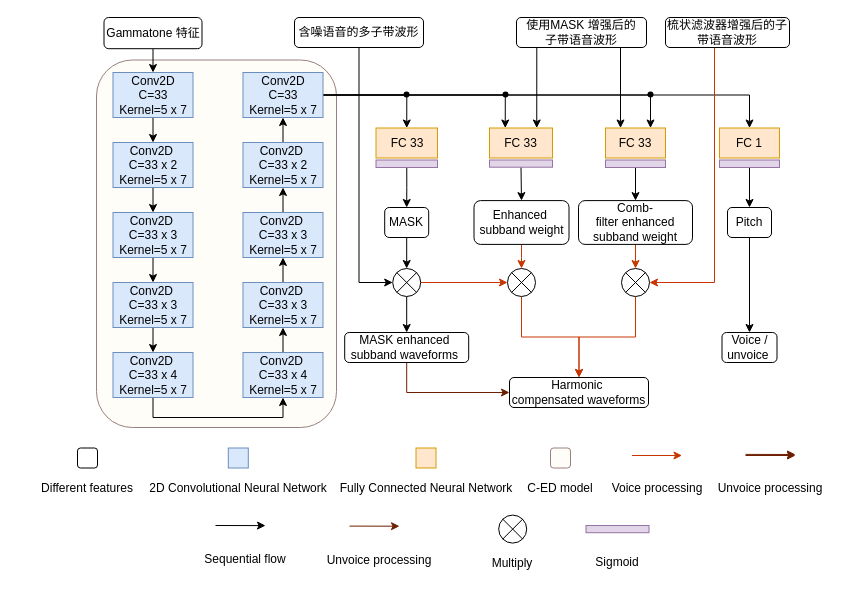
This is 中文ced.drawio from linan2/A-Convolutional-Recurrent-Neural-Network-for-Real-Time-Speech-Enhancement, a draw.io file, before an edit. Source tidied: cells renumbered, new cells numbered last; positions are measured from the earlier drawing's top-left corner, leaving out a move shared by most shapes. Both pictures are drawn from the tidied source at 100%, with x=0, y=0 at pixel (17, 17).
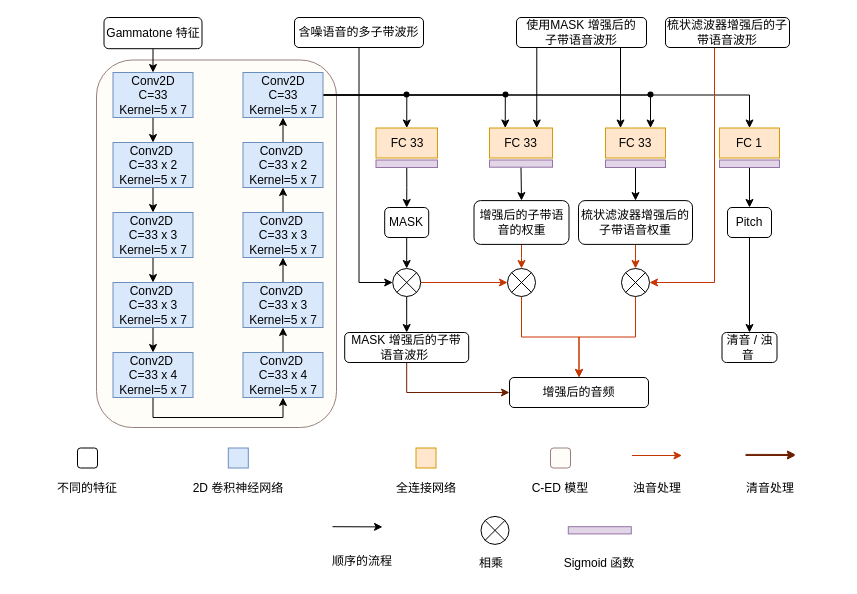
The same diagram, later.

The change refers to these unchanged cells:
```xml
<mxCell id="58" style="group;" parent="1" vertex="1">
  <mxGeometry x="165.8" y="430.5" width="110" height="55" as="geometry" />
</mxCell>
<mxCell id="61" style="group;fillColor=none;" parent="1" vertex="1">
  <mxGeometry x="353.5" y="430.5" width="110" height="55" as="geometry" />
</mxCell>
<mxCell id="64" style="group;" parent="1" vertex="1">
  <mxGeometry x="468" y="430.5" width="150" height="53.8" as="geometry" />
</mxCell>
<mxCell id="85" style="group;" parent="1" vertex="1">
  <mxGeometry x="683" y="436.9" width="140" height="47.4" as="geometry" />
</mxCell>
<mxCell id="88" style="group;" parent="1" vertex="1">
  <mxGeometry y="430.5" width="140" height="53.8" as="geometry" />
</mxCell>
```

Diff of the diagram source:
```diff
@@
-    <mxCell id="3" value="Voice / unvoice&amp;nbsp;" style="rounded=1;whiteSpace=wrap;html=1;strokeColor=default;gradientColor=none;" parent="1" vertex="1">
+    <mxCell id="3" value="清音 /&amp;nbsp;浊音&amp;nbsp;" style="rounded=1;whiteSpace=wrap;html=1;strokeColor=default;gradientColor=none;" parent="1" vertex="1">
       <mxGeometry x="704.5" y="315" width="55" height="30" as="geometry" />
     </mxCell>
@@
-    <mxCell id="6" value="MASK&amp;nbsp;enhanced&amp;nbsp;&lt;br&gt;subband&amp;nbsp;waveforms&amp;nbsp;" style="rounded=1;whiteSpace=wrap;html=1;strokeColor=default;" parent="1" vertex="1">
+    <mxCell id="6" value="MASK&amp;nbsp;增强后的子带 语音波形&amp;nbsp;" style="rounded=1;whiteSpace=wrap;html=1;strokeColor=default;" parent="1" vertex="1">
       <mxGeometry x="327.2" y="315" width="124" height="30" as="geometry" />
     </mxCell>
@@
-    <mxCell id="36" value="Enhanced&amp;nbsp;&lt;br style=&quot;border-color: var(--border-color);&quot;&gt;subband weight" style="rounded=1;whiteSpace=wrap;html=1;" parent="1" vertex="1">
+    <mxCell id="36" value="增强后的子带语音的权重" style="rounded=1;whiteSpace=wrap;html=1;" parent="1" vertex="1">
       <mxGeometry x="456.5" y="183.1" width="95" height="43.8" as="geometry" />
     </mxCell>
@@
-    <mxCell id="38" value="Comb-filter&amp;nbsp;enhanced&lt;br style=&quot;border-color: var(--border-color);&quot;&gt;subband weight" style="rounded=1;whiteSpace=wrap;html=1;" parent="1" vertex="1">
+    <mxCell id="38" value="梳状滤波器增强后的子带语音权重" style="rounded=1;whiteSpace=wrap;html=1;" parent="1" vertex="1">
       <mxGeometry x="561" y="183.1" width="114" height="43.8" as="geometry" />
     </mxCell>
@@
-    <mxCell id="42" value="Harmonic&amp;nbsp;&lt;br&gt;compensated waveforms" style="rounded=1;whiteSpace=wrap;html=1;strokeColor=default;" parent="1" vertex="1">
+    <mxCell id="42" value="增强后的音频" style="rounded=1;whiteSpace=wrap;html=1;strokeColor=default;" parent="1" vertex="1">
       <mxGeometry x="492" y="360" width="139" height="30" as="geometry" />
     </mxCell>
@@
-    <mxCell id="60" value="2D&amp;nbsp;Convolutional&amp;nbsp;Neural&amp;nbsp;Network" style="rounded=0;whiteSpace=wrap;html=1;strokeColor=none;fillColor=none;" parent="58" vertex="1">
+    <mxCell id="60" value="2D&amp;nbsp;卷积神经网络" style="rounded=0;whiteSpace=wrap;html=1;strokeColor=none;fillColor=none;" parent="58" vertex="1">
       <mxGeometry y="25" width="110" height="30" as="geometry" />
     </mxCell>
@@
-    <mxCell id="63" value="Fully&amp;nbsp;Connected&amp;nbsp;Neural&amp;nbsp;Network" style="rounded=0;whiteSpace=wrap;html=1;strokeColor=none;fillColor=none;" parent="61" vertex="1">
+    <mxCell id="63" value="全连接网络" style="rounded=0;whiteSpace=wrap;html=1;strokeColor=none;fillColor=none;" parent="61" vertex="1">
       <mxGeometry y="25" width="110" height="30" as="geometry" />
     </mxCell>
@@
-    <mxCell id="65" value="C-ED&amp;nbsp;model" style="rounded=0;whiteSpace=wrap;html=1;strokeColor=none;fillColor=none;" parent="64" vertex="1">
+    <mxCell id="65" value="C-ED&amp;nbsp;模型" style="rounded=0;whiteSpace=wrap;html=1;strokeColor=none;fillColor=none;" parent="64" vertex="1">
       <mxGeometry y="27.5" width="150" height="26.2" as="geometry" />
     </mxCell>
@@
-    <mxCell id="69" value="Voice&amp;nbsp;processing" style="rounded=0;whiteSpace=wrap;html=1;strokeColor=none;fillColor=none;" parent="1" vertex="1">
+    <mxCell id="69" value="浊音处理" style="rounded=0;whiteSpace=wrap;html=1;strokeColor=none;fillColor=none;" parent="1" vertex="1">
       <mxGeometry x="565" y="458" width="150" height="26.2" as="geometry" />
     </mxCell>
-    <mxCell id="70" style="group;" parent="1" vertex="1">
-      <mxGeometry x="287" y="508.6" width="150" height="47.4" as="geometry" />
-    </mxCell>
-    <mxCell id="71" value="Unvoice&amp;nbsp;processing" style="rounded=0;whiteSpace=wrap;html=1;strokeColor=none;fillColor=none;" parent="70" vertex="1">
-      <mxGeometry y="21.1" width="150" height="26.2" as="geometry" />
-    </mxCell>
-    <mxCell id="72" style="endArrow=classic;html=1;rounded=0;fillColor=#a0522d;strokeColor=#6D1F00;" parent="70" edge="1">
-      <mxGeometry relative="1" as="geometry">
-        <mxPoint x="45" as="sourcePoint" />
-        <mxPoint x="95" y="0.1" as="targetPoint" />
-      </mxGeometry>
-    </mxCell>
     <mxCell id="73" style="verticalLabelPosition=bottom;verticalAlign=top;html=1;shape=mxgraph.flowchart.or;" parent="1" vertex="1">
-      <mxGeometry x="481.2" y="497.6" width="28" height="28" as="geometry" />
+      <mxGeometry x="463.5" y="498.9" width="28" height="28" as="geometry" />
     </mxCell>
-    <mxCell id="74" value="Multiply" style="rounded=0;whiteSpace=wrap;html=1;strokeColor=none;fillColor=none;" parent="1" vertex="1">
-      <mxGeometry x="420.2" y="533" width="150" height="26.2" as="geometry" />
+    <mxCell id="74" value="相乘" style="rounded=0;whiteSpace=wrap;html=1;strokeColor=none;fillColor=none;" parent="1" vertex="1">
+      <mxGeometry x="399" y="533" width="150" height="26.2" as="geometry" />
     </mxCell>
@@
     <mxCell id="83" style="rounded=0;whiteSpace=wrap;html=1;fillColor=#e1d5e7;strokeColor=#9673a6;" parent="1" vertex="1">
-      <mxGeometry x="568.5" y="508" width="63" height="7.2" as="geometry" />
+      <mxGeometry x="550.8" y="509.2" width="63" height="7.2" as="geometry" />
     </mxCell>
-    <mxCell id="84" value="Sigmoid" style="rounded=0;whiteSpace=wrap;html=1;strokeColor=none;fillColor=none;" parent="1" vertex="1">
-      <mxGeometry x="525" y="531.8" width="150" height="26.2" as="geometry" />
+    <mxCell id="84" value="Sigmoid&amp;nbsp;函数" style="rounded=0;whiteSpace=wrap;html=1;strokeColor=none;fillColor=none;" parent="1" vertex="1">
+      <mxGeometry x="507.2" y="533" width="150" height="26.2" as="geometry" />
     </mxCell>
@@
-    <mxCell id="86" value="Unvoice&amp;nbsp;processing" style="rounded=0;whiteSpace=wrap;html=1;strokeColor=none;fillColor=none;" parent="85" vertex="1">
+    <mxCell id="86" value="清音处理" style="rounded=0;whiteSpace=wrap;html=1;strokeColor=none;fillColor=none;" parent="85" vertex="1">
       <mxGeometry y="21.1" width="140" height="26.2" as="geometry" />
     </mxCell>
@@
-    <mxCell id="89" value="Different&amp;nbsp;features" style="rounded=0;whiteSpace=wrap;html=1;strokeColor=none;fillColor=none;" parent="88" vertex="1">
+    <mxCell id="89" value="不同的特征" style="rounded=0;whiteSpace=wrap;html=1;strokeColor=none;fillColor=none;" parent="88" vertex="1">
       <mxGeometry y="27.5" width="140" height="26.2" as="geometry" />
     </mxCell>
@@
-    <mxCell id="91" value="Sequential flow" style="rounded=0;whiteSpace=wrap;html=1;strokeColor=none;fillColor=none;" parent="1" vertex="1">
-      <mxGeometry x="153" y="529.1" width="150" height="26.2" as="geometry" />
+    <mxCell id="91" value="顺序的流程" style="rounded=0;whiteSpace=wrap;html=1;strokeColor=none;fillColor=none;" parent="1" vertex="1">
+      <mxGeometry x="270" y="530.4" width="150" height="26.2" as="geometry" />
     </mxCell>
     <mxCell id="92" style="endArrow=classic;html=1;rounded=0;fillColor=#a0522d;strokeColor=#000000;" parent="1" edge="1">
       <mxGeometry relative="1" as="geometry">
-        <mxPoint x="198" y="508" as="sourcePoint" />
-        <mxPoint x="248" y="508.1" as="targetPoint" />
+        <mxPoint x="315" y="509.2" as="sourcePoint" />
+        <mxPoint x="365" y="509.4" as="targetPoint" />
       </mxGeometry>
     </mxCell>
```
